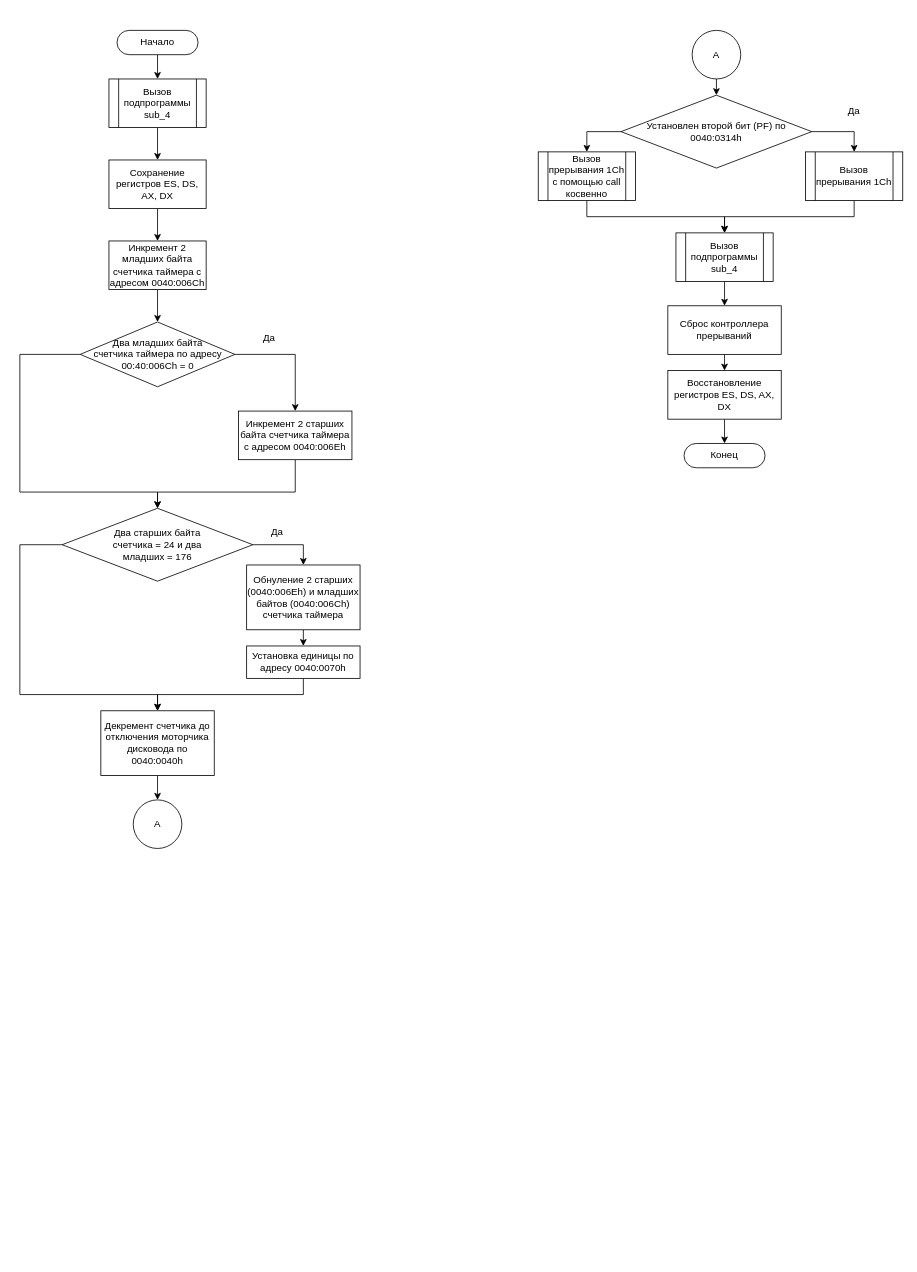
The draw.io diagram page "INT_8H" (1 of 2) of eduSem_5/OS/LR_1/int8h_model_drawio.drawio in AndreevAA/BMSTU, before the edit. Source tidied: cells renumbered, new cells numbered last; positions are measured from the earlier drawing's top-left corner, leaving out a move shared by most shapes. Both pictures are drawn from the tidied source at 81%, with x=0, y=0 at pixel (19, 30).
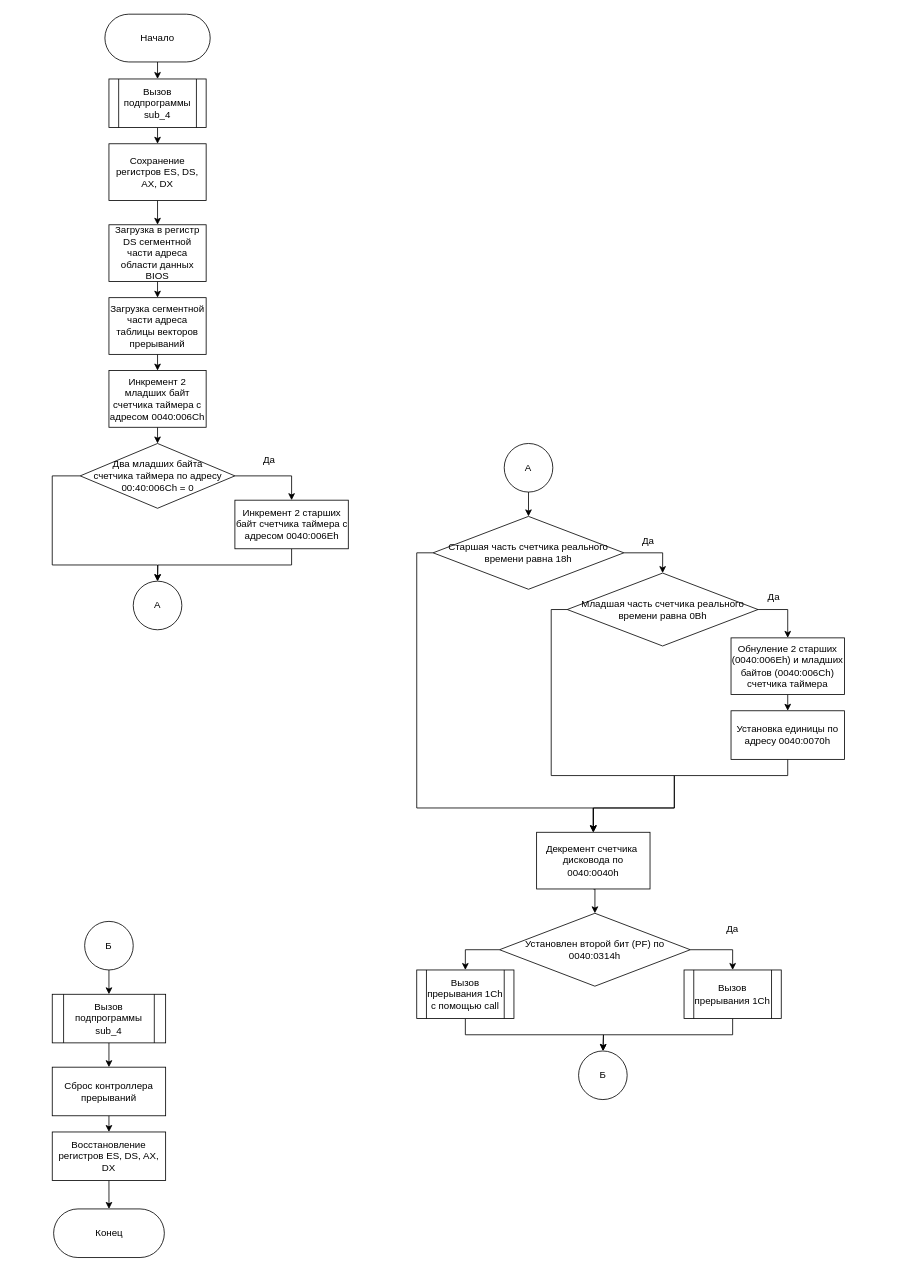
The same page after the edit.

What changed in the source:
```diff
@@
     <mxCell id="3" value="Начало" style="rounded=1;whiteSpace=wrap;html=1;arcSize=50;" parent="1" vertex="1">
-      <mxGeometry x="120" width="100" height="30" as="geometry" />
+      <mxGeometry x="105" y="-20" width="130" height="59" as="geometry" />
     </mxCell>
@@
-    <mxCell id="6" style="edgeStyle=orthogonalEdgeStyle;rounded=0;jettySize=auto;html=1;exitX=0.5;exitY=1;exitDx=0;exitDy=0;entryX=0.5;entryY=0;entryDx=0;entryDy=0;" parent="1" edge="1" source="7" target="9">
-      <mxGeometry relative="1" as="geometry" />
-    </mxCell>
+    <mxCell id="44" style="edgeStyle=orthogonalEdgeStyle;rounded=0;jettySize=auto;html=1;exitX=0.5;exitY=1;exitDx=0;exitDy=0;entryX=0.5;entryY=0;entryDx=0;entryDy=0;" parent="1" edge="1" source="7" target="48">
+      <mxGeometry relative="1" as="geometry" />
+    </mxCell>
     <mxCell id="7" value="Сохранение регистров ES, DS, AX, DX" style="rounded=0;whiteSpace=wrap;html=1;" parent="1" vertex="1">
-      <mxGeometry x="110" y="160" width="120" height="60" as="geometry" />
+      <mxGeometry x="110" y="140" width="120" height="70" as="geometry" />
     </mxCell>
@@
-    <mxCell id="9" value="Инкремент 2 младших байта счетчика таймера с адресом 0040:006Сh" style="rounded=0;whiteSpace=wrap;html=1;" parent="1" vertex="1">
-      <mxGeometry x="110" y="260" width="120" height="60" as="geometry" />
+    <mxCell id="9" value="Инкремент 2 младших байт счетчика таймера с адресом 0040:006Сh" style="rounded=0;whiteSpace=wrap;html=1;" parent="1" vertex="1">
+      <mxGeometry x="110" y="420" width="120" height="70" as="geometry" />
     </mxCell>
-    <mxCell id="10" style="edgeStyle=orthogonalEdgeStyle;rounded=0;jettySize=auto;html=1;exitX=1;exitY=0.5;exitDx=0;exitDy=0;" parent="1" edge="1" source="12" target="14">
+    <mxCell id="10" style="edgeStyle=orthogonalEdgeStyle;rounded=0;jettySize=auto;html=1;exitX=1;exitY=0.5;exitDx=0;exitDy=0;entryX=0.5;entryY=0;entryDx=0;entryDy=0;" parent="1" edge="1" source="12" target="14">
       <mxGeometry relative="1" as="geometry" />
     </mxCell>
-    <mxCell id="11" style="edgeStyle=orthogonalEdgeStyle;rounded=0;jettySize=auto;html=1;exitX=0;exitY=0.5;exitDx=0;exitDy=0;entryX=0.5;entryY=0;entryDx=0;entryDy=0;" parent="1" edge="1" source="12" target="17">
-      <mxGeometry relative="1" as="geometry">
-        <Array as="points">
-          <mxPoint y="400" />
-          <mxPoint y="570" />
-          <mxPoint x="170" y="570" />
-        </Array>
-      </mxGeometry>
-    </mxCell>
+    <mxCell id="45" style="edgeStyle=orthogonalEdgeStyle;rounded=0;jettySize=auto;html=1;exitX=0;exitY=0.5;exitDx=0;exitDy=0;entryX=0.5;entryY=0;entryDx=0;entryDy=0;" parent="1" edge="1" source="12">
+      <mxGeometry relative="1" as="geometry">
+        <mxPoint x="170" y="680" as="targetPoint" />
+        <Array as="points">
+          <mxPoint x="40" y="550" />
+          <mxPoint x="40" y="660" />
+          <mxPoint x="170" y="660" />
+        </Array>
+      </mxGeometry>
+    </mxCell>
     <mxCell id="12" value="Два младших байта &lt;br&gt;счетчика таймера по адресу 00:40:006Сh = 0" style="rhombus;whiteSpace=wrap;html=1;" parent="1" vertex="1">
-      <mxGeometry x="74.5" y="360" width="191" height="80" as="geometry" />
+      <mxGeometry x="74.5" y="510" width="191" height="80" as="geometry" />
     </mxCell>
-    <mxCell id="13" style="edgeStyle=orthogonalEdgeStyle;rounded=0;jettySize=auto;html=1;exitX=0.5;exitY=1;exitDx=0;exitDy=0;" parent="1" edge="1" source="14" target="17">
-      <mxGeometry relative="1" as="geometry">
-        <Array as="points">
-          <mxPoint x="340" y="570" />
-          <mxPoint x="170" y="570" />
-        </Array>
-      </mxGeometry>
-    </mxCell>
+    <mxCell id="46" style="edgeStyle=orthogonalEdgeStyle;rounded=0;jettySize=auto;html=1;exitX=0.5;exitY=1;exitDx=0;exitDy=0;entryX=0.5;entryY=0;entryDx=0;entryDy=0;" parent="1" edge="1" source="14">
+      <mxGeometry relative="1" as="geometry">
+        <mxPoint x="170" y="680" as="targetPoint" />
+      </mxGeometry>
+    </mxCell>
-    <mxCell id="14" value="Инкремент 2 старших байта счетчика таймера с адресом 0040:006Eh" style="rounded=0;whiteSpace=wrap;html=1;" parent="1" vertex="1">
-      <mxGeometry x="270" y="470" width="140" height="60" as="geometry" />
+    <mxCell id="14" value="Инкремент 2 старших байт счетчика таймера с адресом 0040:006Eh" style="rounded=0;whiteSpace=wrap;html=1;" parent="1" vertex="1">
+      <mxGeometry x="265.5" y="580" width="140" height="60" as="geometry" />
     </mxCell>
-    <mxCell id="15" style="edgeStyle=orthogonalEdgeStyle;rounded=0;jettySize=auto;html=1;exitX=1;exitY=0.5;exitDx=0;exitDy=0;entryX=0.5;entryY=0;entryDx=0;entryDy=0;" parent="1" edge="1" source="17" target="19">
-      <mxGeometry relative="1" as="geometry" />
-    </mxCell>
-    <mxCell id="16" style="edgeStyle=orthogonalEdgeStyle;rounded=0;jettySize=auto;html=1;exitX=0;exitY=0.5;exitDx=0;exitDy=0;entryX=0.5;entryY=0;entryDx=0;entryDy=0;" parent="1" edge="1" source="17" target="23">
-      <mxGeometry relative="1" as="geometry">
-        <Array as="points">
-          <mxPoint y="635" />
-          <mxPoint y="820" />
-          <mxPoint x="170" y="820" />
-        </Array>
-      </mxGeometry>
-    </mxCell>
-    <mxCell id="17" value="Два старших байта &lt;br&gt;счетчика = 24 и два &lt;br&gt;младших = 176" style="rhombus;whiteSpace=wrap;html=1;" parent="1" vertex="1">
-      <mxGeometry x="52.2" y="590" width="235.5" height="90" as="geometry" />
-    </mxCell>
-    <mxCell id="18" style="edgeStyle=orthogonalEdgeStyle;rounded=0;jettySize=auto;html=1;exitX=0.5;exitY=1;exitDx=0;exitDy=0;entryX=0.5;entryY=0;entryDx=0;entryDy=0;" parent="1" edge="1" source="19" target="21">
-      <mxGeometry relative="1" as="geometry" />
-    </mxCell>
-    <mxCell id="19" value="Обнуление 2 старших (0040:006Eh) и младших байтов (0040:006Ch) счетчика таймера" style="rounded=0;whiteSpace=wrap;html=1;" parent="1" vertex="1">
-      <mxGeometry x="280" y="660" width="140" height="80" as="geometry" />
-    </mxCell>
-    <mxCell id="20" style="edgeStyle=orthogonalEdgeStyle;rounded=0;jettySize=auto;html=1;exitX=0.5;exitY=1;exitDx=0;exitDy=0;" parent="1" edge="1" source="21" target="23">
-      <mxGeometry relative="1" as="geometry" />
-    </mxCell>
-    <mxCell id="21" value="Установка единицы по адресу 0040:0070h" style="rounded=0;whiteSpace=wrap;html=1;" parent="1" vertex="1">
-      <mxGeometry x="280" y="760" width="140" height="40" as="geometry" />
-    </mxCell>
-    <mxCell id="22" style="edgeStyle=orthogonalEdgeStyle;rounded=0;jettySize=auto;html=1;exitX=0.5;exitY=1;exitDx=0;exitDy=0;entryX=0.5;entryY=0;entryDx=0;entryDy=0;" parent="1" edge="1" source="23" target="24">
-      <mxGeometry relative="1" as="geometry" />
-    </mxCell>
-    <mxCell id="23" value="Декремент счетчика до отключения моторчика дисковода по 0040:0040h" style="rounded=0;whiteSpace=wrap;html=1;" parent="1" vertex="1">
-      <mxGeometry x="100" y="840" width="140" height="80" as="geometry" />
-    </mxCell>
     <mxCell id="24" value="А" style="ellipse;whiteSpace=wrap;html=1;" parent="1" vertex="1">
-      <mxGeometry x="140" y="950" width="60" height="60" as="geometry" />
+      <mxGeometry x="140" y="680" width="60" height="60" as="geometry" />
     </mxCell>
-    <mxCell id="25" style="edgeStyle=orthogonalEdgeStyle;rounded=0;jettySize=auto;html=1;exitX=0.5;exitY=1;exitDx=0;exitDy=0;entryX=0.5;entryY=0;entryDx=0;entryDy=0;" parent="1" edge="1" source="26" target="29">
-      <mxGeometry relative="1" as="geometry" />
-    </mxCell>
-    <mxCell id="26" value="А" style="ellipse;whiteSpace=wrap;html=1;" parent="1" vertex="1">
-      <mxGeometry x="830" width="60" height="60" as="geometry" />
-    </mxCell>
@@
     <mxCell id="29" value="Установлен второй бит (PF) по 0040:0314h" style="rhombus;whiteSpace=wrap;html=1;" parent="1" vertex="1">
-      <mxGeometry x="742.2" y="80" width="235.5" height="90" as="geometry" />
+      <mxGeometry x="592.2" y="1090" width="235.5" height="90" as="geometry" />
     </mxCell>
-    <mxCell id="30" style="edgeStyle=orthogonalEdgeStyle;rounded=0;jettySize=auto;html=1;exitX=0.5;exitY=1;exitDx=0;exitDy=0;entryX=0.5;entryY=0;entryDx=0;entryDy=0;" parent="1" edge="1" source="31" target="38">
-      <mxGeometry relative="1" as="geometry" />
+    <mxCell id="30" style="edgeStyle=orthogonalEdgeStyle;rounded=0;jettySize=auto;html=1;exitX=0.5;exitY=1;exitDx=0;exitDy=0;entryX=0.5;entryY=0;entryDx=0;entryDy=0;" parent="1" edge="1" source="31">
+      <mxGeometry relative="1" as="geometry">
+        <mxPoint x="720" y="1260" as="targetPoint" />
+      </mxGeometry>
     </mxCell>
-    <mxCell id="31" value="Вызов прерывания 1Ch с помощью call косвенно" style="shape=process;whiteSpace=wrap;html=1;backgroundOutline=1;" parent="1" vertex="1">
-      <mxGeometry x="640" y="150" width="120" height="60" as="geometry" />
+    <mxCell id="31" value="Вызов прерывания 1Ch с помощью call" style="shape=process;whiteSpace=wrap;html=1;backgroundOutline=1;" parent="1" vertex="1">
+      <mxGeometry x="490" y="1160" width="120" height="60" as="geometry" />
     </mxCell>
-    <mxCell id="32" style="edgeStyle=orthogonalEdgeStyle;rounded=0;jettySize=auto;html=1;exitX=0.5;exitY=1;exitDx=0;exitDy=0;entryX=0.5;entryY=0;entryDx=0;entryDy=0;" parent="1" edge="1" source="33" target="38">
-      <mxGeometry relative="1" as="geometry" />
+    <mxCell id="32" style="edgeStyle=orthogonalEdgeStyle;rounded=0;jettySize=auto;html=1;exitX=0.5;exitY=1;exitDx=0;exitDy=0;entryX=0.5;entryY=0;entryDx=0;entryDy=0;" parent="1" edge="1" source="33">
+      <mxGeometry relative="1" as="geometry">
+        <mxPoint x="720" y="1260" as="targetPoint" />
+      </mxGeometry>
     </mxCell>
     <mxCell id="33" value="Вызов прерывания 1Ch" style="shape=process;whiteSpace=wrap;html=1;backgroundOutline=1;" parent="1" vertex="1">
-      <mxGeometry x="970" y="150" width="120" height="60" as="geometry" />
+      <mxGeometry x="820" y="1160" width="120" height="60" as="geometry" />
     </mxCell>
     <mxCell id="34" value="Да" style="text;html=1;strokeColor=none;fillColor=none;align=center;verticalAlign=middle;whiteSpace=wrap;rounded=0;" parent="1" vertex="1">
-      <mxGeometry x="288" y="370" width="40" height="20" as="geometry" />
+      <mxGeometry x="288" y="520" width="40" height="20" as="geometry" />
     </mxCell>
-    <mxCell id="35" value="Да" style="text;html=1;strokeColor=none;fillColor=none;align=center;verticalAlign=middle;whiteSpace=wrap;rounded=0;" parent="1" vertex="1">
-      <mxGeometry x="298" y="610" width="40" height="20" as="geometry" />
-    </mxCell>
     <mxCell id="36" value="Да" style="text;html=1;strokeColor=none;fillColor=none;align=center;verticalAlign=middle;whiteSpace=wrap;rounded=0;" parent="1" vertex="1">
-      <mxGeometry x="1010" y="90" width="40" height="20" as="geometry" />
+      <mxGeometry x="860" y="1100" width="40" height="20" as="geometry" />
     </mxCell>
+    <mxCell id="47" style="edgeStyle=orthogonalEdgeStyle;rounded=0;jettySize=auto;html=1;exitX=0.5;exitY=1;exitDx=0;exitDy=0;entryX=0.5;entryY=0;entryDx=0;entryDy=0;" parent="1" edge="1" source="48" target="50">
+      <mxGeometry relative="1" as="geometry" />
+    </mxCell>
+    <mxCell id="48" value="Загрузка в регистр DS сегментной части адреса области данных BIOS" style="rounded=0;whiteSpace=wrap;html=1;" parent="1" vertex="1">
+      <mxGeometry x="110" y="240" width="120" height="70" as="geometry" />
+    </mxCell>
+    <mxCell id="49" style="edgeStyle=orthogonalEdgeStyle;rounded=0;jettySize=auto;html=1;exitX=0.5;exitY=1;exitDx=0;exitDy=0;entryX=0.5;entryY=0;entryDx=0;entryDy=0;" parent="1" edge="1" source="50" target="9">
+      <mxGeometry relative="1" as="geometry" />
+    </mxCell>
+    <mxCell id="50" value="Загрузка сегментной части адреса таблицы векторов прерываний" style="rounded=0;whiteSpace=wrap;html=1;" parent="1" vertex="1">
+      <mxGeometry x="110" y="330" width="120" height="70" as="geometry" />
+    </mxCell>
+    <mxCell id="51" style="edgeStyle=orthogonalEdgeStyle;rounded=0;jettySize=auto;html=1;exitX=1;exitY=0.5;exitDx=0;exitDy=0;entryX=0.5;entryY=0;entryDx=0;entryDy=0;" parent="1" edge="1" source="53" target="60">
+      <mxGeometry relative="1" as="geometry" />
+    </mxCell>
+    <mxCell id="52" style="edgeStyle=orthogonalEdgeStyle;rounded=0;jettySize=auto;html=1;exitX=0;exitY=0.5;exitDx=0;exitDy=0;entryX=0.5;entryY=0;entryDx=0;entryDy=0;" parent="1" edge="1" source="53" target="55">
+      <mxGeometry relative="1" as="geometry">
+        <Array as="points">
+          <mxPoint x="490" y="645" />
+          <mxPoint x="490" y="960" />
+          <mxPoint x="708" y="960" />
+        </Array>
+      </mxGeometry>
+    </mxCell>
+    <mxCell id="53" value="Старшая часть счетчика реального времени равна 18h" style="rhombus;whiteSpace=wrap;html=1;" parent="1" vertex="1">
+      <mxGeometry x="510.2" y="600" width="235.5" height="90" as="geometry" />
+    </mxCell>
+    <mxCell id="54" style="edgeStyle=orthogonalEdgeStyle;rounded=0;jettySize=auto;html=1;exitX=0.5;exitY=1;exitDx=0;exitDy=0;entryX=0.5;entryY=0;entryDx=0;entryDy=0;" parent="1" edge="1" source="55" target="29">
+      <mxGeometry relative="1" as="geometry" />
+    </mxCell>
+    <mxCell id="55" value="Декремент счетчика&amp;nbsp; дисковода по 0040:0040h" style="rounded=0;whiteSpace=wrap;html=1;" parent="1" vertex="1">
+      <mxGeometry x="638" y="990" width="140" height="70" as="geometry" />
+    </mxCell>
+    <mxCell id="56" value="Да" style="text;html=1;strokeColor=none;fillColor=none;align=center;verticalAlign=middle;whiteSpace=wrap;rounded=0;" parent="1" vertex="1">
+      <mxGeometry x="756" y="620" width="40" height="20" as="geometry" />
+    </mxCell>
+    <mxCell id="18" style="edgeStyle=orthogonalEdgeStyle;rounded=0;jettySize=auto;html=1;exitX=0.5;exitY=1;exitDx=0;exitDy=0;entryX=0.5;entryY=0;entryDx=0;entryDy=0;" parent="1" edge="1" source="19" target="21">
+      <mxGeometry relative="1" as="geometry" />
+    </mxCell>
+    <mxCell id="19" value="Обнуление 2 старших (0040:006Eh) и младших байтов (0040:006Ch) счетчика таймера" style="rounded=0;whiteSpace=wrap;html=1;" parent="1" vertex="1">
+      <mxGeometry x="878" y="750" width="140" height="70" as="geometry" />
+    </mxCell>
+    <mxCell id="57" style="edgeStyle=orthogonalEdgeStyle;rounded=0;jettySize=auto;html=1;exitX=0.5;exitY=1;exitDx=0;exitDy=0;entryX=0.5;entryY=0;entryDx=0;entryDy=0;" parent="1" edge="1" source="21" target="55">
+      <mxGeometry relative="1" as="geometry">
+        <Array as="points">
+          <mxPoint x="948" y="920" />
+          <mxPoint x="808" y="920" />
+          <mxPoint x="808" y="960" />
+          <mxPoint x="708" y="960" />
+        </Array>
+      </mxGeometry>
+    </mxCell>
+    <mxCell id="21" value="Установка единицы по адресу 0040:0070h" style="rounded=0;whiteSpace=wrap;html=1;" parent="1" vertex="1">
+      <mxGeometry x="878" y="840" width="140" height="60" as="geometry" />
+    </mxCell>
+    <mxCell id="58" style="edgeStyle=orthogonalEdgeStyle;rounded=0;jettySize=auto;html=1;exitX=1;exitY=0.5;exitDx=0;exitDy=0;" parent="1" edge="1" source="60" target="19">
+      <mxGeometry relative="1" as="geometry" />
+    </mxCell>
+    <mxCell id="59" style="edgeStyle=orthogonalEdgeStyle;rounded=0;jettySize=auto;html=1;exitX=0;exitY=0.5;exitDx=0;exitDy=0;entryX=0.5;entryY=0;entryDx=0;entryDy=0;" parent="1" edge="1" source="60" target="55">
+      <mxGeometry relative="1" as="geometry">
+        <Array as="points">
+          <mxPoint x="656" y="715" />
+          <mxPoint x="656" y="920" />
+          <mxPoint x="808" y="920" />
+          <mxPoint x="808" y="960" />
+          <mxPoint x="708" y="960" />
+        </Array>
+      </mxGeometry>
+    </mxCell>
+    <mxCell id="60" value="Младшая часть счетчика реального времени равна 0Bh" style="rhombus;whiteSpace=wrap;html=1;" parent="1" vertex="1">
+      <mxGeometry x="675.8" y="670" width="235.5" height="90" as="geometry" />
+    </mxCell>
+    <mxCell id="61" value="Да" style="text;html=1;strokeColor=none;fillColor=none;align=center;verticalAlign=middle;whiteSpace=wrap;rounded=0;" parent="1" vertex="1">
+      <mxGeometry x="911.2" y="690" width="40" height="20" as="geometry" />
+    </mxCell>
+    <mxCell id="62" style="edgeStyle=orthogonalEdgeStyle;rounded=0;jettySize=auto;html=1;exitX=0.5;exitY=1;exitDx=0;exitDy=0;entryX=0.5;entryY=0;entryDx=0;entryDy=0;" parent="1" edge="1" source="26" target="53">
+      <mxGeometry relative="1" as="geometry" />
+    </mxCell>
+    <mxCell id="26" value="А" style="ellipse;whiteSpace=wrap;html=1;" parent="1" vertex="1">
+      <mxGeometry x="598" y="510" width="60" height="60" as="geometry" />
+    </mxCell>
@@
     <mxCell id="38" value="Вызов подпрограммы sub_4" style="shape=process;whiteSpace=wrap;html=1;backgroundOutline=1;" parent="1" vertex="1">
-      <mxGeometry x="810" y="250" width="120" height="60" as="geometry" />
+      <mxGeometry x="40" y="1190" width="140" height="60" as="geometry" />
     </mxCell>
@@
     <mxCell id="40" value="Сброс контроллера прерываний" style="rounded=0;whiteSpace=wrap;html=1;" parent="1" vertex="1">
-      <mxGeometry x="800" y="340" width="140" height="60" as="geometry" />
+      <mxGeometry x="40" y="1280" width="140" height="60" as="geometry" />
     </mxCell>
@@
     <mxCell id="42" value="Восстановление регистров ES, DS, AX, DX" style="rounded=0;whiteSpace=wrap;html=1;" parent="1" vertex="1">
-      <mxGeometry x="800" y="420" width="140" height="60" as="geometry" />
+      <mxGeometry x="40" y="1360" width="140" height="60" as="geometry" />
     </mxCell>
     <mxCell id="43" value="Конец" style="rounded=1;whiteSpace=wrap;html=1;arcSize=50;" parent="1" vertex="1">
-      <mxGeometry x="820" y="510" width="100" height="30" as="geometry" />
+      <mxGeometry x="41.7" y="1455" width="136.7" height="60" as="geometry" />
     </mxCell>
+    <mxCell id="63" style="edgeStyle=orthogonalEdgeStyle;rounded=0;jettySize=auto;html=1;exitX=0.5;exitY=1;exitDx=0;exitDy=0;entryX=0.5;entryY=0;entryDx=0;entryDy=0;" parent="1" edge="1" source="64" target="38">
+      <mxGeometry relative="1" as="geometry" />
+    </mxCell>
+    <mxCell id="64" value="Б" style="ellipse;whiteSpace=wrap;html=1;" parent="1" vertex="1">
+      <mxGeometry x="80" y="1100" width="60" height="60" as="geometry" />
+    </mxCell>
+    <mxCell id="65" value="Б" style="ellipse;whiteSpace=wrap;html=1;" parent="1" vertex="1">
+      <mxGeometry x="689.8" y="1260" width="60" height="60" as="geometry" />
+    </mxCell>
```
